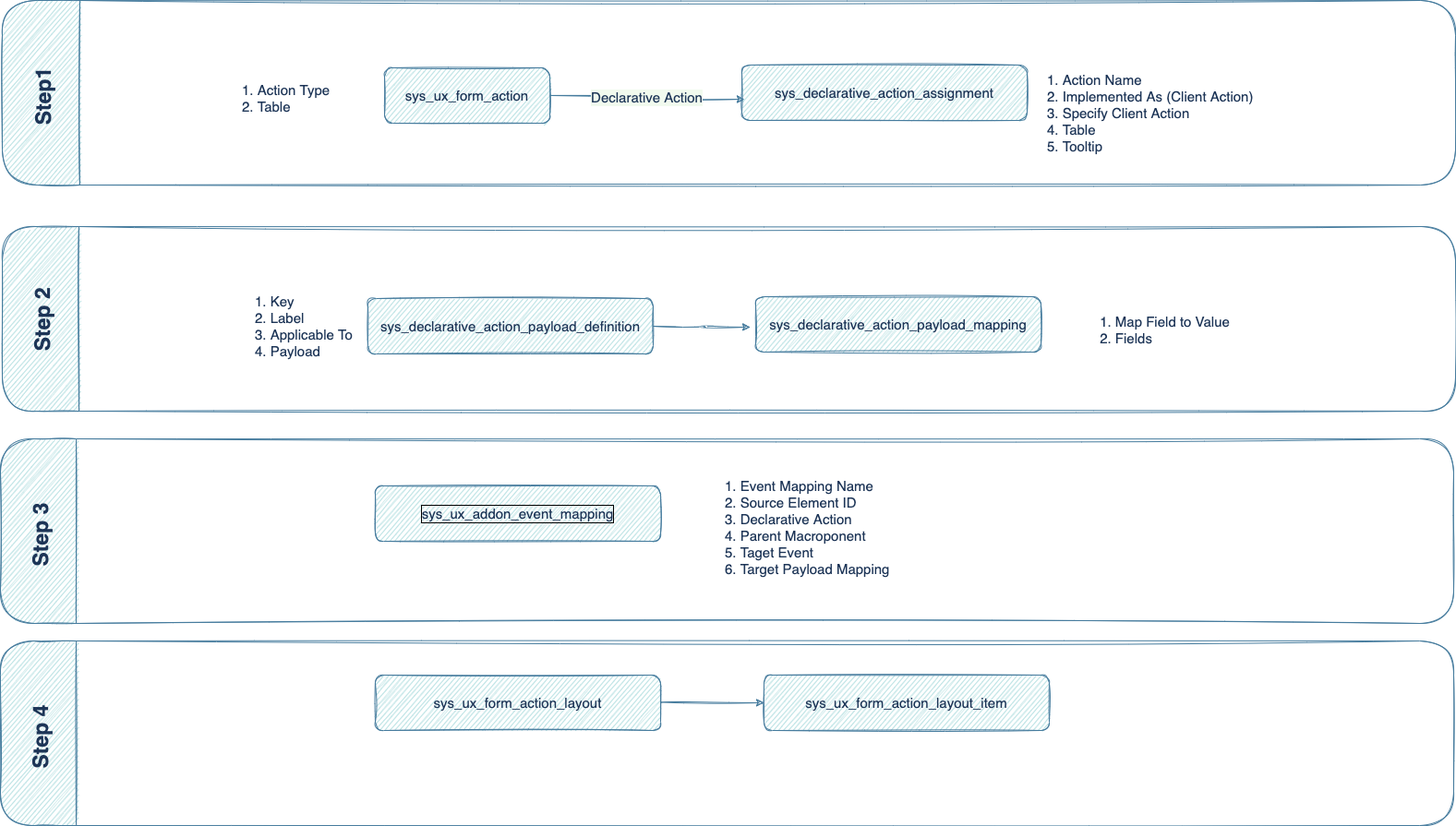
Above: Servicenow/Actions.drawio.png in mukeshsingal/draw.io (draw.io), before the change. Source tidied: cells renumbered, new cells last; positions are measured from the earlier drawing's top-left corner, leaving out a move shared by most shapes.
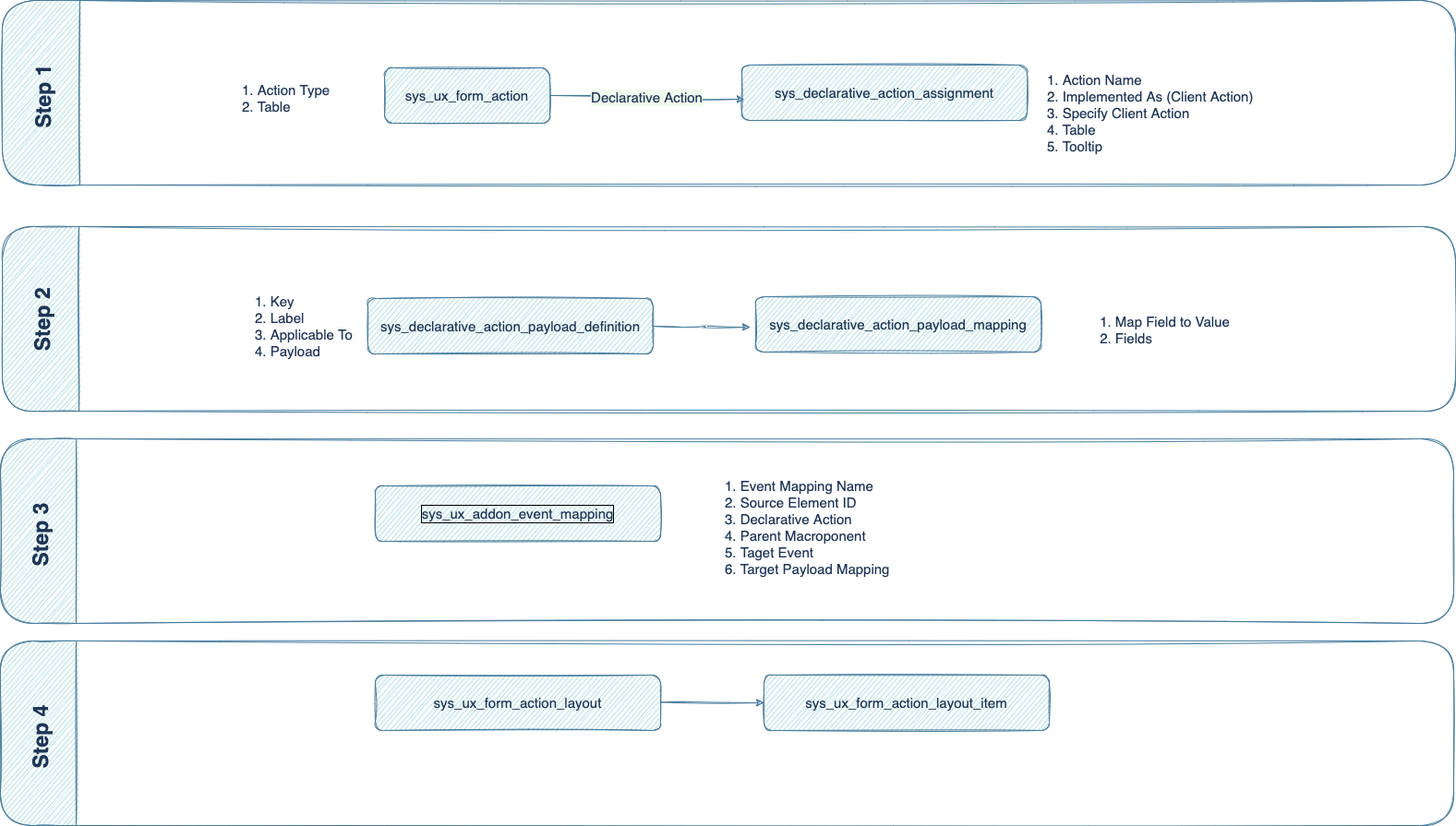
After the commit.

Diff of the diagram source:
```diff
@@ -52,7 +52,7 @@
     <mxCell id="17" value="sys_ux_form_action_layout" style="rounded=1;whiteSpace=wrap;html=1;fontSize=15;fillColor=#A8DADC;strokeColor=#457B9D;fontColor=#1D3557;sketch=1;" parent="1" vertex="1">
       <mxGeometry x="406" y="731" width="309" height="60" as="geometry" />
     </mxCell>
-    <mxCell id="18" value="Step1 " style="swimlane;horizontal=0;fontColor=#1D3557;strokeColor=#457B9D;fillColor=#A8DADC;fontSize=23;startSize=84;sketch=1;rounded=1;" parent="1" vertex="1">
+    <mxCell id="18" value="Step 1 " style="swimlane;horizontal=0;fontColor=#1D3557;strokeColor=#457B9D;fillColor=#A8DADC;fontSize=23;startSize=84;sketch=1;rounded=1;" parent="1" vertex="1">
       <mxGeometry x="2" width="1574" height="200" as="geometry" />
     </mxCell>
     <mxCell id="19" value="Step 2" style="swimlane;horizontal=0;fontColor=#1D3557;strokeColor=#457B9D;fillColor=#A8DADC;fontSize=23;startSize=83;sketch=1;rounded=1;" parent="1" vertex="1">
```
